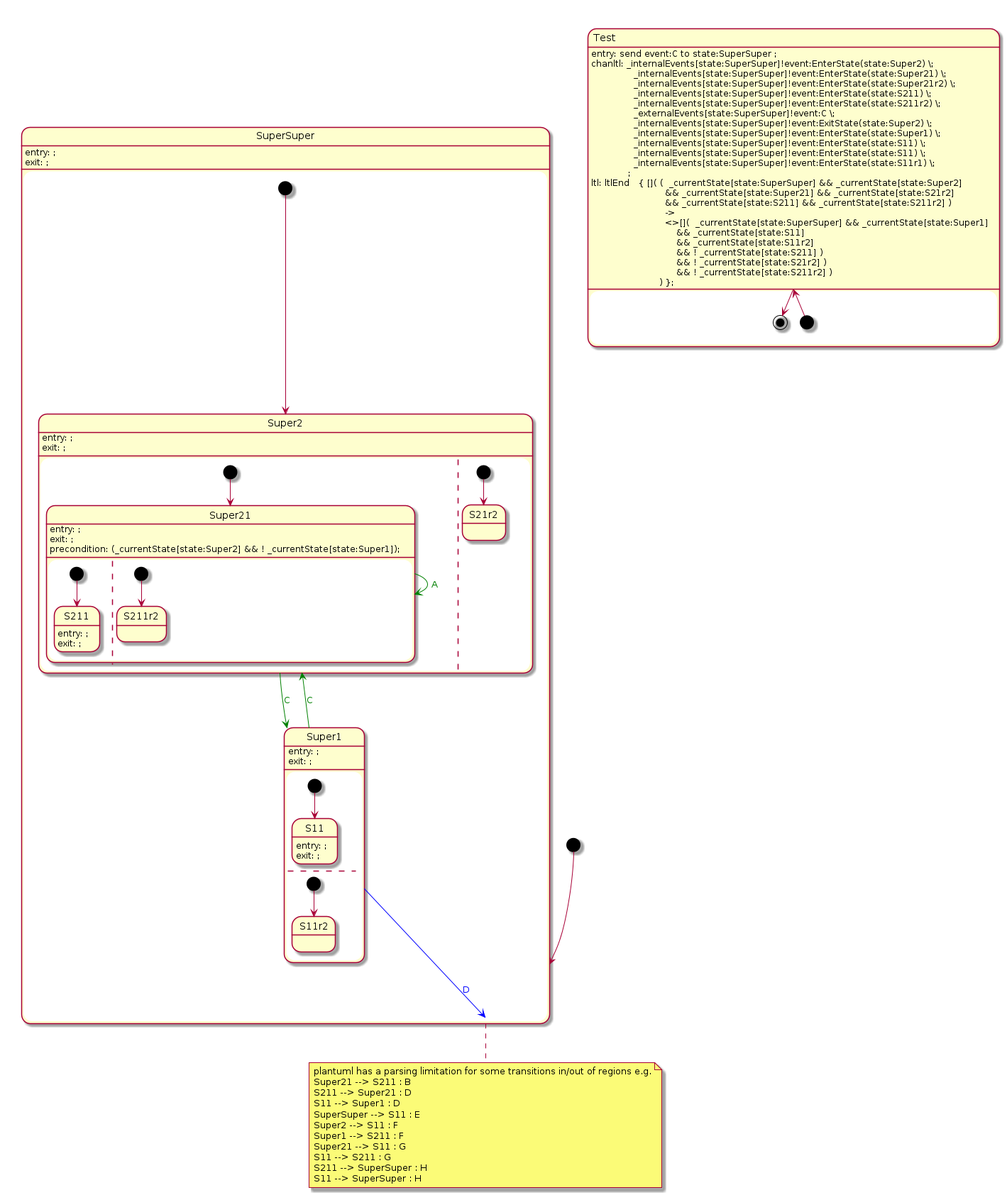
This is plantuml/hsm/concurrent.png from melintea/upml, a PlantUML export, as it was before one commit. Its source is kept beside it as plantuml/hsm/concurrent.plantuml. Its diagram source:
```plantuml
@startuml

note bottom of SuperSuper
  plantuml has a parsing limitation for some transitions in/out of regions e.g.
  Super21 --> S211 : B
  S211 --> Super21 : D
  S11 --> Super1 : D
  SuperSuper --> S11 : E
  Super2 --> S11 : F
  Super1 --> S211 : F
  Super21 --> S11 : G
  S11 --> S211 : G
  S211 --> SuperSuper : H
  S11 --> SuperSuper : H
end note

[*] --> SuperSuper
state SuperSuper {
  SuperSuper: entry: ;
  SuperSuper: exit: ;

  [*] --> Super2
  state Super2 {
      Super2: entry: ;
      Super2: exit: ;

      [*] --> Super21
      state Super21 {
          Super21: entry: ;
          Super21: exit: ;
	  Super21: precondition: (_currentState[state:Super2] && ! _currentState[state:Super1]);

          [*] --> S211
          S211: entry: ;
          S211: exit: ;

          ||
          [*] --> S211r2
      }

      ||
      [*] --> S21r2
  }

  state Super1 {
      [*] --> S11
      Super1: entry: ;
      Super1: exit: ;

      S11: entry: ;
      S11: exit: ;

      --
      [*] --> S11r2
  }
}


Super21 -[#green]-> Super21 : <color:green>A </color>

Super2 -[#green]-> Super1 : <color:green>C </color>
Super1 -[#green]-> Super2 : <color:green>C </color>

Super1 -[#blue]-> SuperSuper : <color:blue>D </color>

--

state Test {
[*] --> Test
Test --> [*]
Test: entry: send event:C to state:SuperSuper ;
Test: chanltl: _internalEvents[state:SuperSuper]!event:EnterState(state:Super2) \; \n\
               _internalEvents[state:SuperSuper]!event:EnterState(state:Super21) \; \n\
               _internalEvents[state:SuperSuper]!event:EnterState(state:Super21r2) \; \n\
               _internalEvents[state:SuperSuper]!event:EnterState(state:S211) \; \n\
               _internalEvents[state:SuperSuper]!event:EnterState(state:S211r2) \; \n\
               _externalEvents[state:SuperSuper]!event:C \; \n\
	       _internalEvents[state:SuperSuper]!event:ExitState(state:Super2) \; \n\
               _internalEvents[state:SuperSuper]!event:EnterState(state:Super1) \; \n\
               _internalEvents[state:SuperSuper]!event:EnterState(state:S11) \; \n\
               _internalEvents[state:SuperSuper]!event:EnterState(state:S11) \; \n\
               _internalEvents[state:SuperSuper]!event:EnterState(state:S11r1) \; \n\
             ;
Test: ltl: ltlEnd   { []( (  _currentState[state:SuperSuper] && _currentState[state:Super2] \n\
                          && _currentState[state:Super21] && _currentState[state:S21r2] \n\
			  && _currentState[state:S211] && _currentState[state:S211r2] ) \n\
			  -> \n\
                          <>[](  _currentState[state:SuperSuper] && _currentState[state:Super1] \n\
                              && _currentState[state:S11] \n\
                              && _currentState[state:S11r2] \n\
                              && ! _currentState[state:S211] ) \n\
                              && ! _currentState[state:S21r2] ) \n\
                              && ! _currentState[state:S211r2] ) \n\
		        ) };
}


@enduml
```
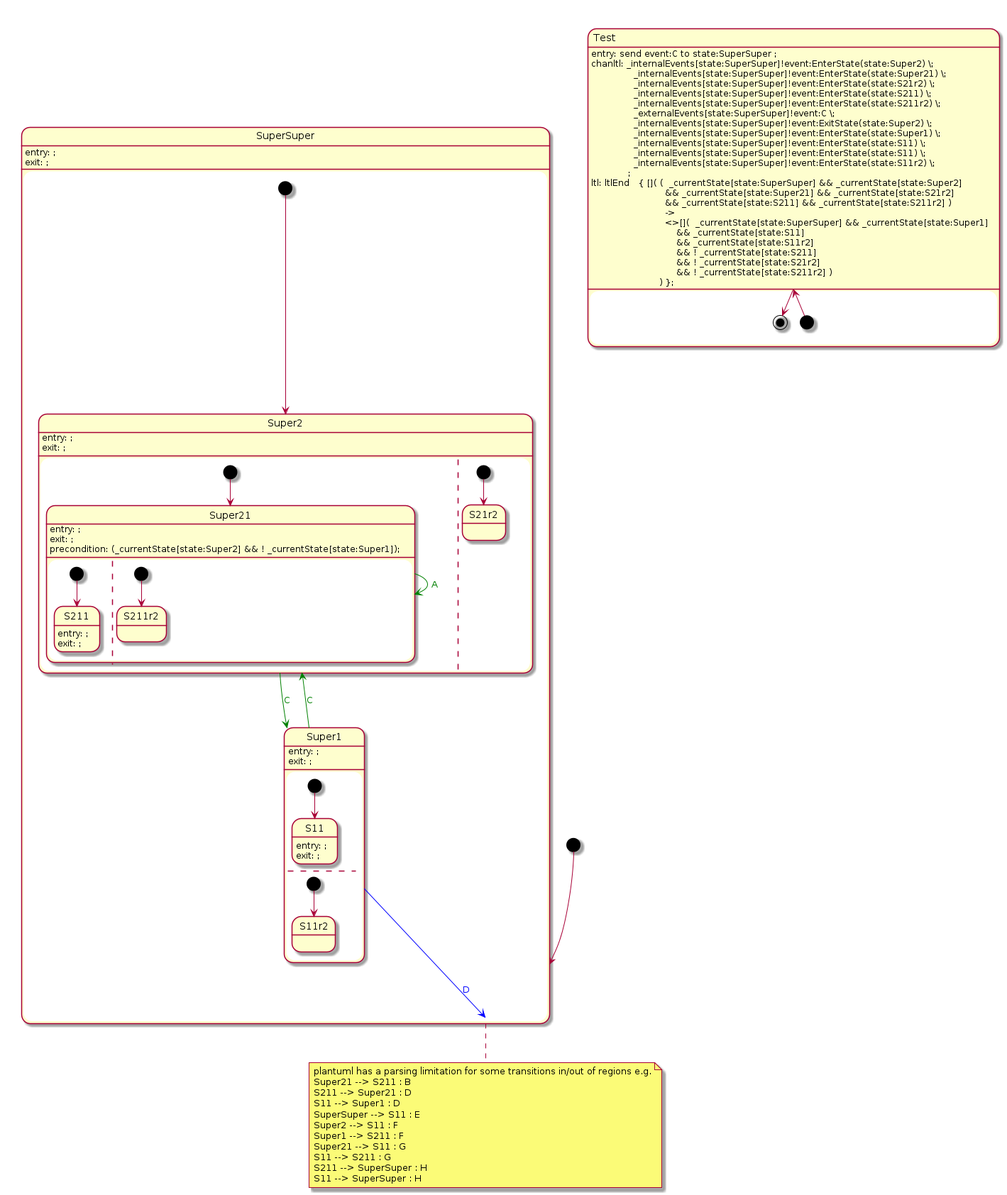
Above is the later version.

Commit message:
HSM: regions (Ii)

The edit, as a diff of the source:
```diff
@@ -71,7 +71,7 @@
 Test: entry: send event:C to state:SuperSuper ;
 Test: chanltl: _internalEvents[state:SuperSuper]!event:EnterState(state:Super2) \; \n\
                _internalEvents[state:SuperSuper]!event:EnterState(state:Super21) \; \n\
-               _internalEvents[state:SuperSuper]!event:EnterState(state:Super21r2) \; \n\
+               _internalEvents[state:SuperSuper]!event:EnterState(state:S21r2) \; \n\
                _internalEvents[state:SuperSuper]!event:EnterState(state:S211) \; \n\
                _internalEvents[state:SuperSuper]!event:EnterState(state:S211r2) \; \n\
                _externalEvents[state:SuperSuper]!event:C \; \n\
@@ -79,7 +79,7 @@
                _internalEvents[state:SuperSuper]!event:EnterState(state:Super1) \; \n\
                _internalEvents[state:SuperSuper]!event:EnterState(state:S11) \; \n\
                _internalEvents[state:SuperSuper]!event:EnterState(state:S11) \; \n\
-               _internalEvents[state:SuperSuper]!event:EnterState(state:S11r1) \; \n\
+               _internalEvents[state:SuperSuper]!event:EnterState(state:S11r2) \; \n\
              ;
 Test: ltl: ltlEnd   { []( (  _currentState[state:SuperSuper] && _currentState[state:Super2] \n\
                           && _currentState[state:Super21] && _currentState[state:S21r2] \n\
@@ -88,8 +88,8 @@
                           <>[](  _currentState[state:SuperSuper] && _currentState[state:Super1] \n\
                               && _currentState[state:S11] \n\
                               && _currentState[state:S11r2] \n\
-                              && ! _currentState[state:S211] ) \n\
-                              && ! _currentState[state:S21r2] ) \n\
+                              && ! _currentState[state:S211] \n\
+                              && ! _currentState[state:S21r2] \n\
                               && ! _currentState[state:S211r2] ) \n\
 		        ) };
 }
```
